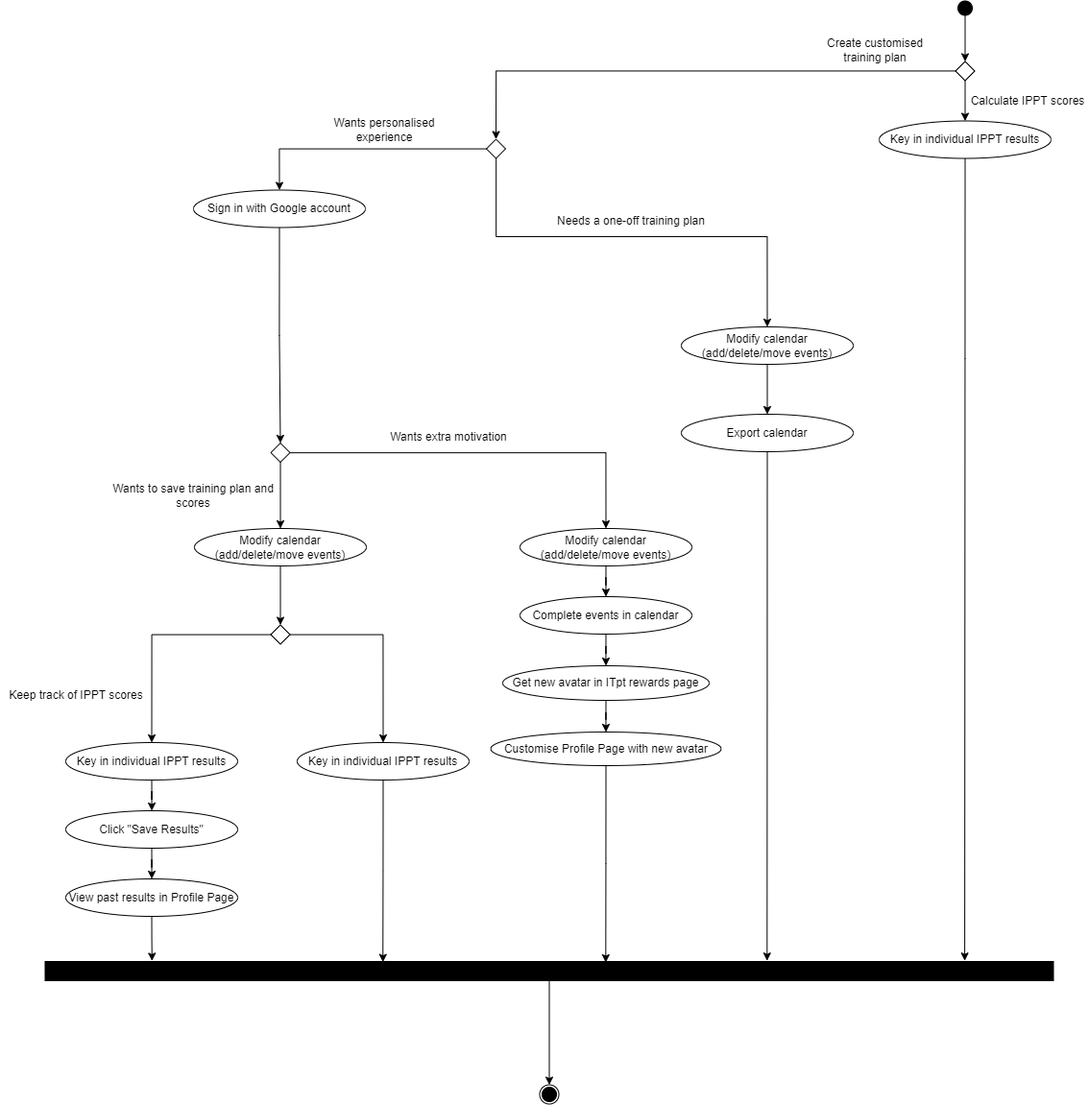
Earlier version of the draw.io export images/readme/activity_diagram.png (ong-ck/ITpt). Source tidied: cells renumbered, new cells last; positions are measured from the earlier drawing's top-left corner, leaving out a move shared by most shapes. The source it was exported from:
```xml
<mxGraphModel>
  <root>
    <mxCell id="0" />
    <mxCell id="1" parent="0" />
    <mxCell id="2" style="ellipse;whiteSpace=wrap;html=1;fillColor=#FFFFFF;" parent="1" vertex="1">
      <mxGeometry x="561.5" y="1129.5" width="20" height="20" as="geometry" />
    </mxCell>
    <mxCell id="3" style="edgeStyle=orthogonalEdgeStyle;rounded=0;jettySize=auto;html=1;" parent="1" edge="1" source="4" target="5">
      <mxGeometry relative="1" as="geometry" />
    </mxCell>
    <mxCell id="4" style="ellipse;whiteSpace=wrap;html=1;fillColor=#000000;" parent="1" vertex="1">
      <mxGeometry x="997" y="0.5" width="15" height="15" as="geometry" />
    </mxCell>
    <mxCell id="5" style="rhombus;whiteSpace=wrap;html=1;fillColor=#FFFFFF;" parent="1" vertex="1">
      <mxGeometry x="994.5" y="63.5" width="20" height="20" as="geometry" />
    </mxCell>
    <mxCell id="6" style="edgeStyle=orthogonalEdgeStyle;rounded=0;jettySize=auto;html=1;entryX=0.912;entryY=-0.038;entryDx=0;entryDy=0;entryPerimeter=0;" parent="1" edge="1" source="7" target="62">
      <mxGeometry relative="1" as="geometry">
        <Array as="points">
          <mxPoint x="1004" y="373" />
          <mxPoint x="1004" y="373" />
        </Array>
      </mxGeometry>
    </mxCell>
    <mxCell id="7" value="Key in individual IPPT results" style="ellipse;whiteSpace=wrap;html=1;fillColor=#FFFFFF;" parent="1" vertex="1">
      <mxGeometry x="915" y="125.5" width="179" height="39" as="geometry" />
    </mxCell>
    <mxCell id="8" style="group;" parent="1" vertex="1">
      <mxGeometry x="849" y="36.5" width="124" height="30" as="geometry" />
    </mxCell>
    <mxCell id="9" value="Create customised training plan" style="text;html=1;strokeColor=none;fillColor=none;align=center;verticalAlign=middle;whiteSpace=wrap;rounded=0;" parent="8" vertex="1">
      <mxGeometry width="124" height="30" as="geometry" />
    </mxCell>
    <mxCell id="10" style="group;" parent="1" vertex="1">
      <mxGeometry x="1008" y="89.5" width="124" height="30" as="geometry" />
    </mxCell>
    <mxCell id="11" style="edgeStyle=orthogonalEdgeStyle;rounded=0;jettySize=auto;html=1;" parent="10" edge="1" source="5" target="7">
      <mxGeometry relative="1" as="geometry" />
    </mxCell>
    <mxCell id="12" value="Calculate IPPT scores" style="text;html=1;strokeColor=none;fillColor=none;align=center;verticalAlign=middle;whiteSpace=wrap;rounded=0;" parent="10" vertex="1">
      <mxGeometry width="124" height="30" as="geometry" />
    </mxCell>
    <mxCell id="13" style="rhombus;whiteSpace=wrap;html=1;fillColor=#FFFFFF;" parent="1" vertex="1">
      <mxGeometry x="506" y="144.5" width="20" height="20" as="geometry" />
    </mxCell>
    <mxCell id="14" style="edgeStyle=orthogonalEdgeStyle;rounded=0;jettySize=auto;html=1;entryX=0.5;entryY=0;entryDx=0;entryDy=0;" parent="1" edge="1" source="5" target="13">
      <mxGeometry relative="1" as="geometry" />
    </mxCell>
    <mxCell id="15" style="edgeStyle=orthogonalEdgeStyle;rounded=0;jettySize=auto;html=1;" parent="1" edge="1" source="16" target="26">
      <mxGeometry relative="1" as="geometry" />
    </mxCell>
    <mxCell id="16" value="Modify calendar (add/delete/move events)" style="ellipse;whiteSpace=wrap;html=1;fillColor=#FFFFFF;" parent="1" vertex="1">
      <mxGeometry x="202" y="550" width="179" height="39" as="geometry" />
    </mxCell>
    <mxCell id="17" style="edgeStyle=orthogonalEdgeStyle;rounded=0;jettySize=auto;html=1;" parent="1" edge="1" source="18" target="23">
      <mxGeometry relative="1" as="geometry" />
    </mxCell>
    <mxCell id="18" value="Modify calendar (add/delete/move events)" style="ellipse;whiteSpace=wrap;html=1;fillColor=#FFFFFF;" parent="1" vertex="1">
      <mxGeometry x="709" y="340" width="179" height="39" as="geometry" />
    </mxCell>
    <mxCell id="19" style="group;" parent="1" vertex="1">
      <mxGeometry x="338" y="120" width="124" height="30" as="geometry" />
    </mxCell>
    <mxCell id="20" style="group;" parent="19" vertex="1">
      <mxGeometry width="124" height="30" as="geometry" />
    </mxCell>
    <mxCell id="21" value="Wants personalised experience" style="text;html=1;strokeColor=none;fillColor=none;align=center;verticalAlign=middle;whiteSpace=wrap;rounded=0;" parent="20" vertex="1">
      <mxGeometry width="124" height="30" as="geometry" />
    </mxCell>
    <mxCell id="22" style="edgeStyle=orthogonalEdgeStyle;rounded=0;jettySize=auto;html=1;entryX=0.716;entryY=-0.038;entryDx=0;entryDy=0;entryPerimeter=0;" parent="1" edge="1" source="23" target="62">
      <mxGeometry relative="1" as="geometry" />
    </mxCell>
    <mxCell id="23" value="Export calendar" style="ellipse;whiteSpace=wrap;html=1;fillColor=#FFFFFF;" parent="1" vertex="1">
      <mxGeometry x="709" y="431" width="179" height="39" as="geometry" />
    </mxCell>
    <mxCell id="24" style="edgeStyle=orthogonalEdgeStyle;rounded=0;jettySize=auto;html=1;entryX=0.5;entryY=0;entryDx=0;entryDy=0;" parent="1" edge="1" source="26" target="30">
      <mxGeometry relative="1" as="geometry" />
    </mxCell>
    <mxCell id="25" style="edgeStyle=orthogonalEdgeStyle;rounded=0;jettySize=auto;html=1;entryX=0.5;entryY=0;entryDx=0;entryDy=0;" parent="1" edge="1" source="26" target="28">
      <mxGeometry relative="1" as="geometry" />
    </mxCell>
    <mxCell id="26" style="rhombus;whiteSpace=wrap;html=1;fillColor=#FFFFFF;" parent="1" vertex="1">
      <mxGeometry x="281.5" y="650.5" width="20" height="20" as="geometry" />
    </mxCell>
    <mxCell id="27" style="edgeStyle=orthogonalEdgeStyle;rounded=0;jettySize=auto;html=1;" parent="1" edge="1" source="28" target="36">
      <mxGeometry relative="1" as="geometry" />
    </mxCell>
    <mxCell id="28" value="Key in individual IPPT results" style="ellipse;whiteSpace=wrap;html=1;fillColor=#FFFFFF;" parent="1" vertex="1">
      <mxGeometry x="68" y="773" width="179" height="39" as="geometry" />
    </mxCell>
    <mxCell id="29" style="edgeStyle=orthogonalEdgeStyle;rounded=0;jettySize=auto;html=1;entryX=0.335;entryY=0.033;entryDx=0;entryDy=0;entryPerimeter=0;" parent="1" edge="1" source="30" target="62">
      <mxGeometry relative="1" as="geometry" />
    </mxCell>
    <mxCell id="30" value="Key in individual IPPT results" style="ellipse;whiteSpace=wrap;html=1;fillColor=#FFFFFF;" parent="1" vertex="1">
      <mxGeometry x="309" y="773" width="179" height="39" as="geometry" />
    </mxCell>
    <mxCell id="31" style="group;" parent="1" vertex="1">
      <mxGeometry y="709" width="158" height="30" as="geometry" />
    </mxCell>
    <mxCell id="32" style="edgeStyle=orthogonalEdgeStyle;rounded=0;orthogonalLoop=1;jettySize=auto;html=1;entryX=0.5;entryY=0;entryDx=0;entryDy=0;" parent="31" edge="1">
      <mxGeometry relative="1" as="geometry" />
    </mxCell>
    <mxCell id="33" style="group;" parent="31" vertex="1">
      <mxGeometry width="158" height="30" as="geometry" />
    </mxCell>
    <mxCell id="34" value="Keep track of IPPT scores" style="text;html=1;strokeColor=none;fillColor=none;align=center;verticalAlign=middle;whiteSpace=wrap;rounded=0;" parent="33" vertex="1">
      <mxGeometry width="158" height="30" as="geometry" />
    </mxCell>
    <mxCell id="35" style="edgeStyle=orthogonalEdgeStyle;rounded=0;jettySize=auto;html=1;" parent="1" edge="1" source="36" target="60">
      <mxGeometry relative="1" as="geometry" />
    </mxCell>
    <mxCell id="36" value="Click &quot;Save Results&quot;" style="ellipse;whiteSpace=wrap;html=1;fillColor=#FFFFFF;" parent="1" vertex="1">
      <mxGeometry x="68" y="844" width="179" height="39" as="geometry" />
    </mxCell>
    <mxCell id="37" style="edgeStyle=orthogonalEdgeStyle;rounded=0;jettySize=auto;html=1;entryX=0.5;entryY=0;entryDx=0;entryDy=0;" parent="1" edge="1" source="38" target="42">
      <mxGeometry relative="1" as="geometry" />
    </mxCell>
    <mxCell id="38" value="Sign in with Google account" style="ellipse;whiteSpace=wrap;html=1;fillColor=#FFFFFF;" parent="1" vertex="1">
      <mxGeometry x="201" y="197.5" width="179" height="39" as="geometry" />
    </mxCell>
    <mxCell id="39" style="edgeStyle=orthogonalEdgeStyle;rounded=0;jettySize=auto;html=1;" parent="1" edge="1" source="13" target="38">
      <mxGeometry relative="1" as="geometry" />
    </mxCell>
    <mxCell id="40" style="edgeStyle=orthogonalEdgeStyle;rounded=0;jettySize=auto;html=1;" parent="1" edge="1" source="42" target="16">
      <mxGeometry relative="1" as="geometry" />
    </mxCell>
    <mxCell id="41" style="edgeStyle=orthogonalEdgeStyle;rounded=0;jettySize=auto;html=1;" parent="1" edge="1" source="42" target="48">
      <mxGeometry relative="1" as="geometry" />
    </mxCell>
    <mxCell id="42" style="rhombus;whiteSpace=wrap;html=1;fillColor=#FFFFFF;" parent="1" vertex="1">
      <mxGeometry x="281.5" y="461" width="20" height="20" as="geometry" />
    </mxCell>
    <mxCell id="43" style="group;" parent="1" vertex="1">
      <mxGeometry x="114" y="501" width="174" height="30" as="geometry" />
    </mxCell>
    <mxCell id="44" style="edgeStyle=orthogonalEdgeStyle;rounded=0;orthogonalLoop=1;jettySize=auto;html=1;entryX=0.5;entryY=0;entryDx=0;entryDy=0;" parent="43" edge="1">
      <mxGeometry relative="1" as="geometry" />
    </mxCell>
    <mxCell id="45" style="group;" parent="43" vertex="1">
      <mxGeometry width="174" height="30" as="geometry" />
    </mxCell>
    <mxCell id="46" value="Wants to save training plan and scores" style="text;html=1;strokeColor=none;fillColor=none;align=center;verticalAlign=middle;whiteSpace=wrap;rounded=0;" parent="45" vertex="1">
      <mxGeometry width="174" height="30" as="geometry" />
    </mxCell>
    <mxCell id="47" style="edgeStyle=orthogonalEdgeStyle;rounded=0;jettySize=auto;html=1;" parent="1" edge="1" source="48" target="54">
      <mxGeometry relative="1" as="geometry" />
    </mxCell>
    <mxCell id="48" value="Modify calendar (add/delete/move events)" style="ellipse;whiteSpace=wrap;html=1;fillColor=#FFFFFF;" parent="1" vertex="1">
      <mxGeometry x="541" y="550" width="179" height="39" as="geometry" />
    </mxCell>
    <mxCell id="49" style="group;" parent="1" vertex="1">
      <mxGeometry x="380" y="440" width="174" height="30" as="geometry" />
    </mxCell>
    <mxCell id="50" style="edgeStyle=orthogonalEdgeStyle;rounded=0;orthogonalLoop=1;jettySize=auto;html=1;entryX=0.5;entryY=0;entryDx=0;entryDy=0;" parent="49" edge="1">
      <mxGeometry relative="1" as="geometry" />
    </mxCell>
    <mxCell id="51" style="group;" parent="49" vertex="1">
      <mxGeometry width="174" height="30" as="geometry" />
    </mxCell>
    <mxCell id="52" value="Wants extra motivation" style="text;html=1;strokeColor=none;fillColor=none;align=center;verticalAlign=middle;whiteSpace=wrap;rounded=0;" parent="51" vertex="1">
      <mxGeometry width="174" height="30" as="geometry" />
    </mxCell>
    <mxCell id="53" style="edgeStyle=orthogonalEdgeStyle;rounded=0;jettySize=auto;html=1;entryX=0.5;entryY=0;entryDx=0;entryDy=0;" parent="1" edge="1" source="54" target="56">
      <mxGeometry relative="1" as="geometry" />
    </mxCell>
    <mxCell id="54" value="Complete events in calendar" style="ellipse;whiteSpace=wrap;html=1;fillColor=#FFFFFF;" parent="1" vertex="1">
      <mxGeometry x="541" y="621" width="179" height="39" as="geometry" />
    </mxCell>
    <mxCell id="55" style="edgeStyle=orthogonalEdgeStyle;rounded=0;jettySize=auto;html=1;" parent="1" edge="1" source="56" target="58">
      <mxGeometry relative="1" as="geometry" />
    </mxCell>
    <mxCell id="56" value="Get new avatar in ITpt rewards page" style="ellipse;whiteSpace=wrap;html=1;fillColor=#FFFFFF;" parent="1" vertex="1">
      <mxGeometry x="523" y="693" width="215" height="36" as="geometry" />
    </mxCell>
    <mxCell id="57" style="edgeStyle=orthogonalEdgeStyle;rounded=0;jettySize=auto;html=1;entryX=0.556;entryY=0.05;entryDx=0;entryDy=0;entryPerimeter=0;" parent="1" edge="1" source="58" target="62">
      <mxGeometry relative="1" as="geometry">
        <Array as="points">
          <mxPoint x="631" y="899" />
        </Array>
      </mxGeometry>
    </mxCell>
    <mxCell id="58" value="Customise Profile Page with new avatar" style="ellipse;whiteSpace=wrap;html=1;fillColor=#FFFFFF;" parent="1" vertex="1">
      <mxGeometry x="510.5" y="762" width="240" height="35" as="geometry" />
    </mxCell>
    <mxCell id="59" style="edgeStyle=orthogonalEdgeStyle;rounded=0;jettySize=auto;html=1;entryX=0.106;entryY=-0.029;entryDx=0;entryDy=0;entryPerimeter=0;" parent="1" edge="1" source="60" target="62">
      <mxGeometry relative="1" as="geometry" />
    </mxCell>
    <mxCell id="60" value="View past results in Profile Page" style="ellipse;whiteSpace=wrap;html=1;fillColor=#FFFFFF;" parent="1" vertex="1">
      <mxGeometry x="68" y="915" width="179" height="39" as="geometry" />
    </mxCell>
    <mxCell id="61" style="edgeStyle=orthogonalEdgeStyle;rounded=0;jettySize=auto;html=1;entryX=0.5;entryY=0;entryDx=0;entryDy=0;" parent="1" edge="1" source="62" target="2">
      <mxGeometry relative="1" as="geometry" />
    </mxCell>
    <mxCell id="62" style="rounded=0;whiteSpace=wrap;html=1;fillColor=#000000;" parent="1" vertex="1">
      <mxGeometry x="46.5" y="1001" width="1050" height="20" as="geometry" />
    </mxCell>
    <mxCell id="63" style="edgeStyle=orthogonalEdgeStyle;rounded=0;jettySize=auto;html=1;entryX=0.5;entryY=0;entryDx=0;entryDy=0;" parent="1" edge="1" source="13" target="18">
      <mxGeometry relative="1" as="geometry">
        <Array as="points">
          <mxPoint x="516.5" y="246" />
          <mxPoint x="798.5" y="246" />
        </Array>
      </mxGeometry>
    </mxCell>
    <mxCell id="64" style="group;" parent="1" vertex="1">
      <mxGeometry x="570" y="215" width="174" height="30" as="geometry" />
    </mxCell>
    <mxCell id="65" value="Needs a one-off training plan" style="text;html=1;strokeColor=none;fillColor=none;align=center;verticalAlign=middle;whiteSpace=wrap;rounded=0;" parent="64" vertex="1">
      <mxGeometry width="174" height="30" as="geometry" />
    </mxCell>
    <mxCell id="66" style="ellipse;whiteSpace=wrap;html=1;fillColor=#000000;" parent="1" vertex="1">
      <mxGeometry x="564" y="1132" width="15" height="15" as="geometry" />
    </mxCell>
  </root>
</mxGraphModel>
```
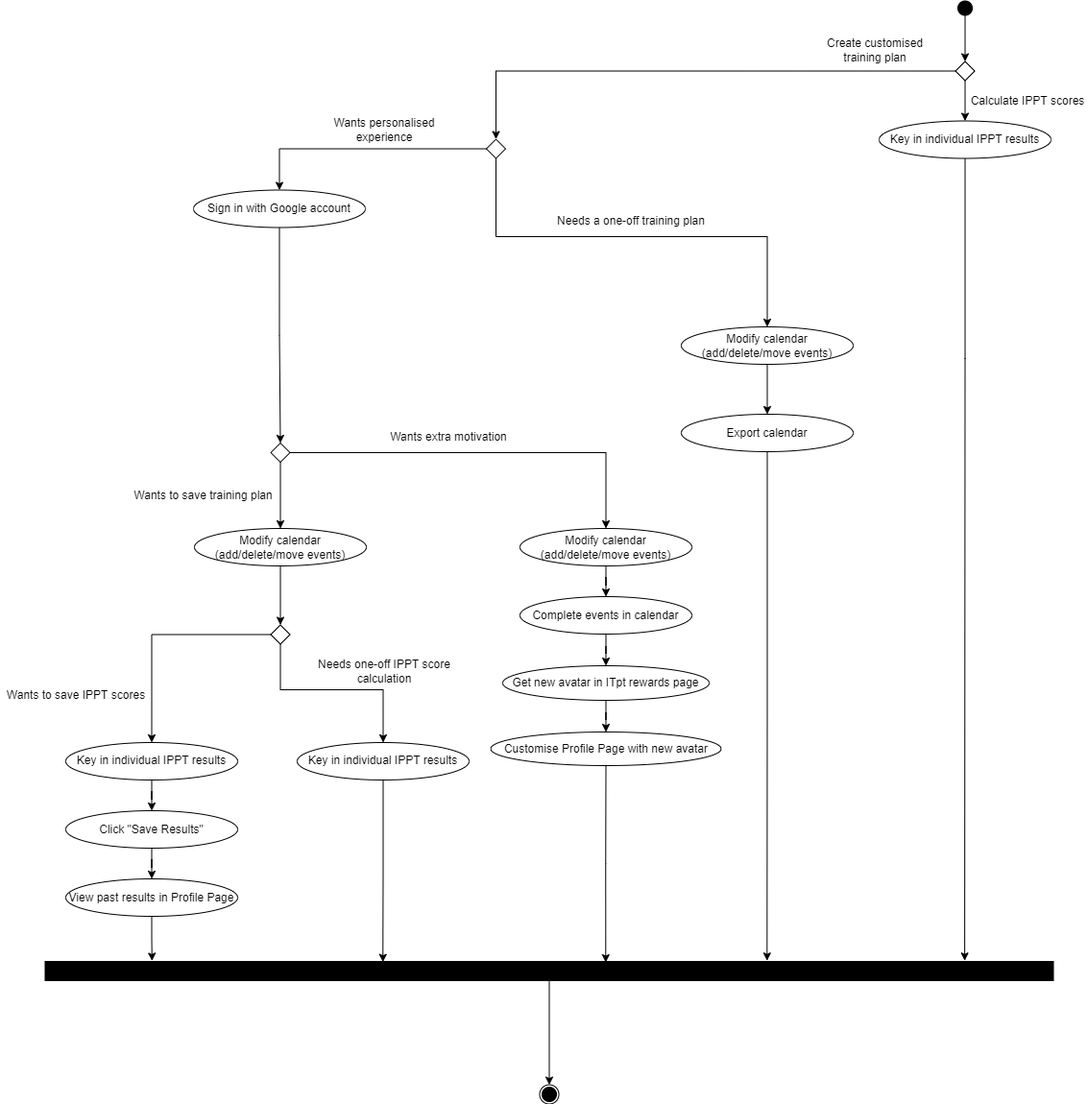
Above is the later version.

Commit message:
readme fix activity diagram

What changed in the source:
```diff
@@ -74,7 +74,12 @@
       <mxGeometry x="709" y="431" width="179" height="39" as="geometry" />
     </mxCell>
     <mxCell id="24" style="edgeStyle=orthogonalEdgeStyle;rounded=0;jettySize=auto;html=1;entryX=0.5;entryY=0;entryDx=0;entryDy=0;" parent="1" edge="1" source="26" target="30">
-      <mxGeometry relative="1" as="geometry" />
+      <mxGeometry relative="1" as="geometry">
+        <Array as="points">
+          <mxPoint x="292" y="718" />
+          <mxPoint x="398" y="718" />
+        </Array>
+      </mxGeometry>
     </mxCell>
     <mxCell id="25" style="edgeStyle=orthogonalEdgeStyle;rounded=0;jettySize=auto;html=1;entryX=0.5;entryY=0;entryDx=0;entryDy=0;" parent="1" edge="1" source="26" target="28">
       <mxGeometry relative="1" as="geometry" />
@@ -103,7 +108,7 @@
     <mxCell id="33" style="group;" parent="31" vertex="1">
       <mxGeometry width="158" height="30" as="geometry" />
     </mxCell>
-    <mxCell id="34" value="Keep track of IPPT scores" style="text;html=1;strokeColor=none;fillColor=none;align=center;verticalAlign=middle;whiteSpace=wrap;rounded=0;" parent="33" vertex="1">
+    <mxCell id="34" value="Wants to save IPPT scores" style="text;html=1;strokeColor=none;fillColor=none;align=center;verticalAlign=middle;whiteSpace=wrap;rounded=0;" parent="33" vertex="1">
       <mxGeometry width="158" height="30" as="geometry" />
     </mxCell>
     <mxCell id="35" style="edgeStyle=orthogonalEdgeStyle;rounded=0;jettySize=auto;html=1;" parent="1" edge="1" source="36" target="60">
@@ -131,16 +136,16 @@
       <mxGeometry x="281.5" y="461" width="20" height="20" as="geometry" />
     </mxCell>
     <mxCell id="43" style="group;" parent="1" vertex="1">
-      <mxGeometry x="114" y="501" width="174" height="30" as="geometry" />
+      <mxGeometry x="130" y="501" width="163" height="30" as="geometry" />
     </mxCell>
     <mxCell id="44" style="edgeStyle=orthogonalEdgeStyle;rounded=0;orthogonalLoop=1;jettySize=auto;html=1;entryX=0.5;entryY=0;entryDx=0;entryDy=0;" parent="43" edge="1">
       <mxGeometry relative="1" as="geometry" />
     </mxCell>
     <mxCell id="45" style="group;" parent="43" vertex="1">
-      <mxGeometry width="174" height="30" as="geometry" />
+      <mxGeometry width="163" height="30" as="geometry" />
     </mxCell>
-    <mxCell id="46" value="Wants to save training plan and scores" style="text;html=1;strokeColor=none;fillColor=none;align=center;verticalAlign=middle;whiteSpace=wrap;rounded=0;" parent="45" vertex="1">
-      <mxGeometry width="174" height="30" as="geometry" />
+    <mxCell id="46" value="Wants to save training plan" style="text;html=1;strokeColor=none;fillColor=none;align=center;verticalAlign=middle;whiteSpace=wrap;rounded=0;" parent="45" vertex="1">
+      <mxGeometry width="163" height="30" as="geometry" />
     </mxCell>
     <mxCell id="47" style="edgeStyle=orthogonalEdgeStyle;rounded=0;jettySize=auto;html=1;" parent="1" edge="1" source="48" target="54">
       <mxGeometry relative="1" as="geometry" />
@@ -211,5 +216,17 @@
     <mxCell id="66" style="ellipse;whiteSpace=wrap;html=1;fillColor=#000000;" parent="1" vertex="1">
       <mxGeometry x="564" y="1132" width="15" height="15" as="geometry" />
     </mxCell>
+    <mxCell id="67" style="group;" parent="1" vertex="1">
+      <mxGeometry x="321" y="684" width="158" height="30" as="geometry" />
+    </mxCell>
+    <mxCell id="68" style="edgeStyle=orthogonalEdgeStyle;rounded=0;orthogonalLoop=1;jettySize=auto;html=1;entryX=0.5;entryY=0;entryDx=0;entryDy=0;" parent="67" edge="1">
+      <mxGeometry relative="1" as="geometry" />
+    </mxCell>
+    <mxCell id="69" style="group;" parent="67" vertex="1">
+      <mxGeometry width="158" height="30" as="geometry" />
+    </mxCell>
+    <mxCell id="70" value="Needs one-off IPPT score calculation" style="text;html=1;strokeColor=none;fillColor=none;align=center;verticalAlign=middle;whiteSpace=wrap;rounded=0;" parent="69" vertex="1">
+      <mxGeometry width="158" height="30" as="geometry" />
+    </mxCell>
   </root>
 </mxGraphModel>
```
